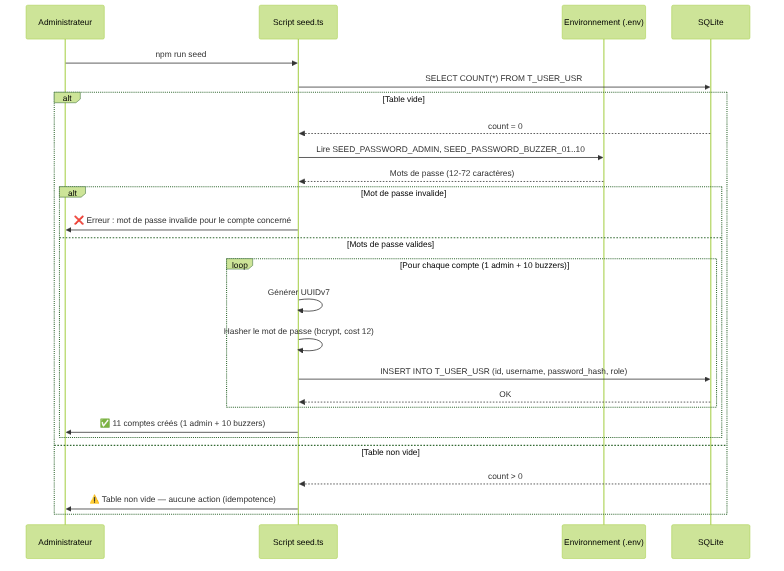
Before: docs/specs/diagrams/US-002-seed-users-sequence.png, a diagram exported from Mermaid (ODehel/quiz-live-server). Its source is kept beside it as docs/specs/diagrams/US-002-seed-users-sequence.mmd.
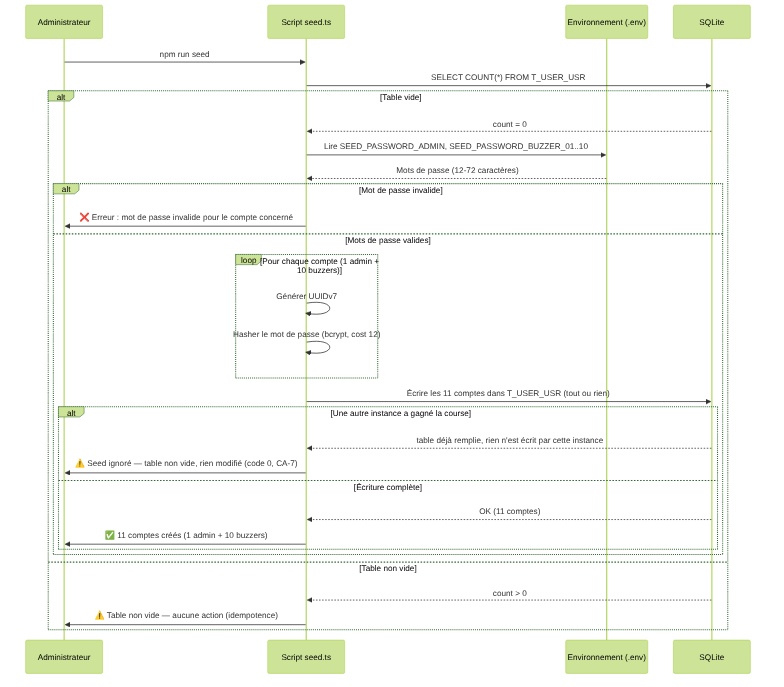
After the change.

Commit message:
docs(specs): settle what the seed returns when a concurrent seed run wins the race (#173)

Change to the diagram source:
```diff
@@ -19,10 +19,15 @@
             loop Pour chaque compte (1 admin + 10 buzzers)
                 S->>S: Générer UUIDv7
                 S->>S: Hasher le mot de passe (bcrypt, cost 12)
-                S->>DB: INSERT INTO T_USER_USR (id, username, password_hash, role)
-                DB-->>S: OK
             end
-            S->>U: ✅ 11 comptes créés (1 admin + 10 buzzers)
+            S->>DB: Écrire les 11 comptes dans T_USER_USR (tout ou rien)
+            alt Une autre instance a gagné la course
+                DB-->>S: table déjà remplie, rien n'est écrit par cette instance
+                S->>U: ⚠️ Seed ignoré — table non vide, rien modifié (code 0, CA-7)
+            else Écriture complète
+                DB-->>S: OK (11 comptes)
+                S->>U: ✅ 11 comptes créés (1 admin + 10 buzzers)
+            end
         end
     else Table non vide
         DB-->>S: count > 0
```
